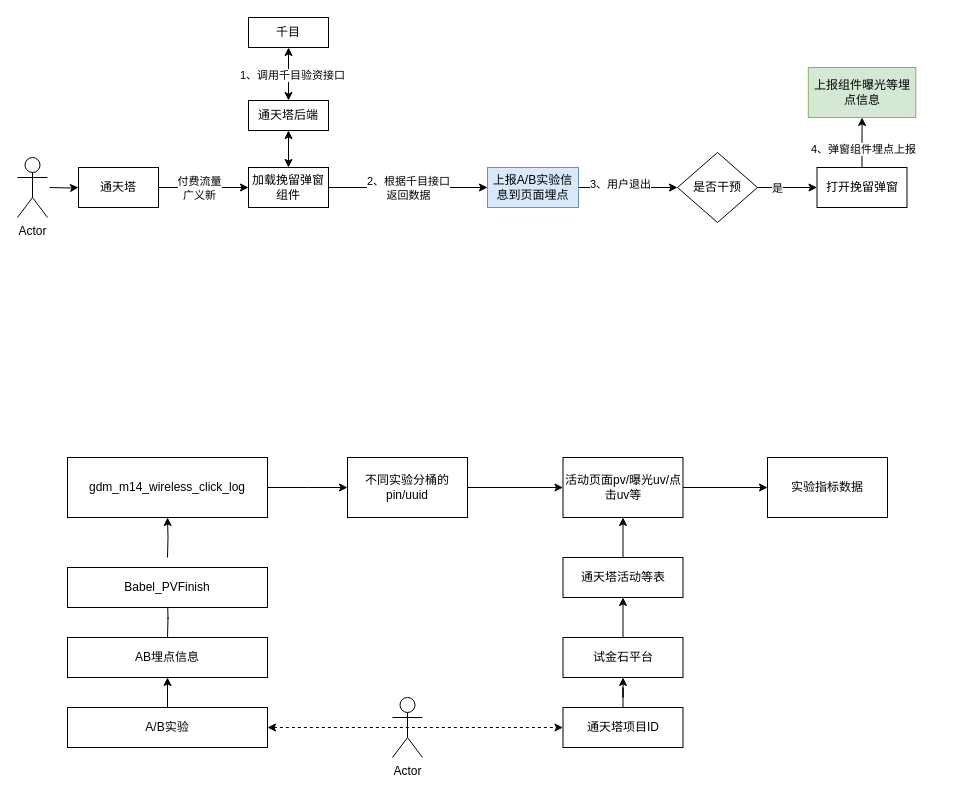
This is 挽留弹窗ab实验.drawio from BlankKelly/diagrams, a draw.io file, before an edit. Source tidied: cells renumbered, new cells numbered last; positions are measured from the earlier drawing's top-left corner, leaving out a move shared by most shapes. Both pictures are drawn from the tidied source at 100%, with x=0, y=0 at pixel (17, 17).
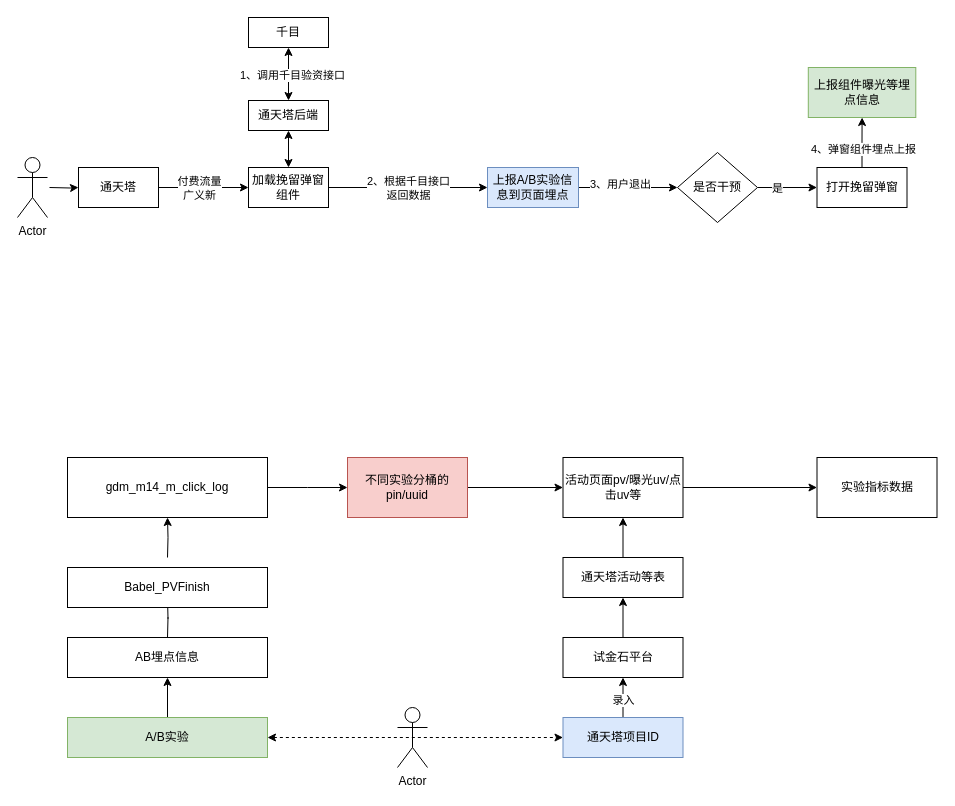
After the change.

Commit message:
更新挽留弹窗ab实验.drawio

The change refers to these unchanged cells:
```xml
<mxCell id="32" value="活动页面pv/曝光uv/点击uv等" style="rounded=0;whiteSpace=wrap;html=1;" parent="1" vertex="1">
  <mxGeometry x="545.5" y="440" width="120" height="60" as="geometry" />
</mxCell>
<mxCell id="37" style="edgeStyle=orthogonalEdgeStyle;rounded=0;jettySize=auto;html=1;" parent="1" edge="1" source="38" target="36">
  <mxGeometry relative="1" as="geometry" />
</mxCell>
<mxCell id="41" style="edgeStyle=entityRelationEdgeStyle;rounded=0;jettySize=auto;html=1;exitX=1;exitY=0.5;exitDx=0;exitDy=0;entryX=0;entryY=0.5;entryDx=0;entryDy=0;dashed=1;startArrow=classic;startFill=1;" parent="1" edge="1" source="42" target="38">
  <mxGeometry relative="1" as="geometry" />
</mxCell>
```

Diff of the diagram source:
```diff
@@
-    <mxCell id="26" value="gdm_m14_wireless_click_log" style="rounded=0;whiteSpace=wrap;html=1;" parent="1" vertex="1">
+    <mxCell id="26" value="gdm_m14_m_click_log" style="rounded=0;whiteSpace=wrap;html=1;" parent="1" vertex="1">
       <mxGeometry x="50" y="440" width="200" height="60" as="geometry" />
     </mxCell>
@@
-    <mxCell id="30" value="不同实验分桶的pin/uuid" style="rounded=0;whiteSpace=wrap;html=1;" parent="1" vertex="1">
+    <mxCell id="30" value="不同实验分桶的pin/uuid" style="rounded=0;whiteSpace=wrap;html=1;fillColor=#f8cecc;strokeColor=#b85450;" parent="1" vertex="1">
       <mxGeometry x="330" y="440" width="120" height="60" as="geometry" />
     </mxCell>
-    <mxCell id="31" style="edgeStyle=orthogonalEdgeStyle;rounded=0;jettySize=auto;html=1;entryX=0;entryY=0.5;entryDx=0;entryDy=0;" parent="1" edge="1" source="32" target="39">
+    <mxCell id="31" style="edgeStyle=orthogonalEdgeStyle;rounded=0;jettySize=auto;html=1;" parent="1" edge="1" source="32" target="39">
       <mxGeometry relative="1" as="geometry" />
     </mxCell>
@@
+    <mxCell id="46" value="录入" style="edgeLabel;html=1;align=center;verticalAlign=middle;" parent="37" vertex="1">
+      <mxGeometry x="0.52" relative="1" as="geometry">
+        <mxPoint y="12" as="offset" />
+      </mxGeometry>
+    </mxCell>
-    <mxCell id="38" value="通天塔项目ID" style="rounded=0;whiteSpace=wrap;html=1;" parent="1" vertex="1">
-      <mxGeometry x="545.5" y="690" width="120" height="40" as="geometry" />
+    <mxCell id="38" value="通天塔项目ID" style="rounded=0;whiteSpace=wrap;html=1;fillColor=#dae8fc;strokeColor=#6c8ebf;" parent="1" vertex="1">
+      <mxGeometry x="545.5" y="700" width="120" height="40" as="geometry" />
     </mxCell>
     <mxCell id="39" value="实验指标数据" style="rounded=0;whiteSpace=wrap;html=1;" parent="1" vertex="1">
-      <mxGeometry x="750" y="440" width="120" height="60" as="geometry" />
+      <mxGeometry x="799.5" y="440" width="120" height="60" as="geometry" />
     </mxCell>
@@
+    <mxCell id="47" style="edgeLabel;html=1;align=center;verticalAlign=middle;" parent="41" vertex="1">
+      <mxGeometry x="-0.05" y="3" relative="1" as="geometry" />
+    </mxCell>
-    <mxCell id="42" value="A/B实验" style="rounded=0;whiteSpace=wrap;html=1;" parent="1" vertex="1">
-      <mxGeometry x="50" y="690" width="200" height="40" as="geometry" />
+    <mxCell id="42" value="A/B实验" style="rounded=0;whiteSpace=wrap;html=1;fillColor=#d5e8d4;strokeColor=#82b366;" parent="1" vertex="1">
+      <mxGeometry x="50" y="700" width="200" height="40" as="geometry" />
     </mxCell>
@@
     <mxCell id="45" value="Actor" style="shape=umlActor;verticalLabelPosition=bottom;verticalAlign=top;html=1;" parent="1" vertex="1">
-      <mxGeometry x="375" y="680" width="30" height="60" as="geometry" />
+      <mxGeometry x="380" y="690" width="30" height="60" as="geometry" />
     </mxCell>
```
